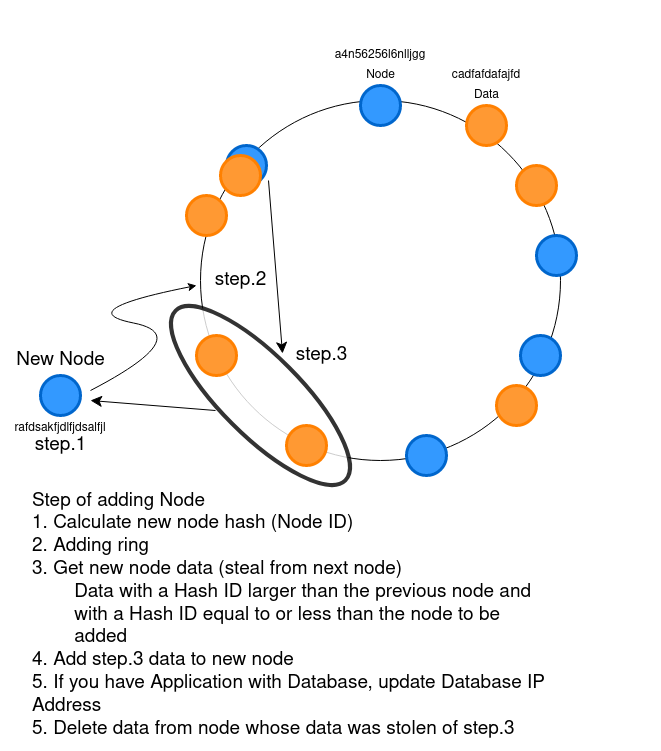
This is images/cons_add.png from tatsuya4649/mysqlshard, a draw.io export, as it was before one commit. Source tidied: cells renumbered, new cells last; positions are measured from the earlier drawing's top-left corner, leaving out a move shared by most shapes. Source of this version:
```xml
<mxGraphModel>
  <root>
    <mxCell id="0" />
    <mxCell id="1" parent="0" />
    <mxCell id="2" style="rounded=0;whiteSpace=wrap;html=1;sketch=0;fontColor=#5AA9E6;fillColor=#FFFFFF;strokeColor=none;" parent="1" vertex="1">
      <mxGeometry width="660" height="750" as="geometry" />
    </mxCell>
    <mxCell id="3" style="ellipse;whiteSpace=wrap;html=1;" parent="1" vertex="1">
      <mxGeometry x="200" y="100" width="360" height="360" as="geometry" />
    </mxCell>
    <mxCell id="4" style="ellipse;whiteSpace=wrap;html=1;strokeWidth=3;strokeColor=#FF8000;fillColor=#FF9933;" parent="1" vertex="1">
      <mxGeometry x="466" y="105" width="40" height="40" as="geometry" />
    </mxCell>
    <mxCell id="5" style="ellipse;whiteSpace=wrap;html=1;strokeWidth=3;strokeColor=#FF8000;fillColor=#FF9933;" parent="1" vertex="1">
      <mxGeometry x="516" y="165" width="40" height="40" as="geometry" />
    </mxCell>
    <mxCell id="6" style="ellipse;whiteSpace=wrap;html=1;strokeWidth=3;strokeColor=#FF8000;fillColor=#FF9933;" parent="1" vertex="1">
      <mxGeometry x="186" y="195" width="40" height="40" as="geometry" />
    </mxCell>
    <mxCell id="7" style="ellipse;whiteSpace=wrap;html=1;fontSize=19;align=left;rotation=45;opacity=80;strokeWidth=4;" parent="1" vertex="1">
      <mxGeometry x="140" y="355" width="240" height="80" as="geometry" />
    </mxCell>
    <mxCell id="8" style="ellipse;whiteSpace=wrap;html=1;strokeWidth=3;strokeColor=#FF8000;fillColor=#FF9933;" parent="1" vertex="1">
      <mxGeometry x="196" y="335" width="40" height="40" as="geometry" />
    </mxCell>
    <mxCell id="9" style="ellipse;whiteSpace=wrap;html=1;strokeWidth=3;strokeColor=#FF8000;fillColor=#FF9933;" parent="1" vertex="1">
      <mxGeometry x="496" y="385" width="40" height="40" as="geometry" />
    </mxCell>
    <mxCell id="10" style="ellipse;whiteSpace=wrap;html=1;strokeWidth=3;strokeColor=#FF8000;fillColor=#FF9933;" parent="1" vertex="1">
      <mxGeometry x="286" y="425" width="40" height="40" as="geometry" />
    </mxCell>
    <mxCell id="11" style="ellipse;whiteSpace=wrap;html=1;strokeWidth=3;fillColor=#3399FF;strokeColor=#0066CC;" parent="1" vertex="1">
      <mxGeometry x="360" y="85" width="40" height="40" as="geometry" />
    </mxCell>
    <mxCell id="12" style="ellipse;whiteSpace=wrap;html=1;strokeWidth=3;fillColor=#3399FF;strokeColor=#0066CC;" parent="1" vertex="1">
      <mxGeometry x="536" y="235" width="40" height="40" as="geometry" />
    </mxCell>
    <mxCell id="13" style="ellipse;whiteSpace=wrap;html=1;strokeWidth=3;fillColor=#3399FF;strokeColor=#0066CC;" parent="1" vertex="1">
      <mxGeometry x="520" y="335" width="40" height="40" as="geometry" />
    </mxCell>
    <mxCell id="14" style="ellipse;whiteSpace=wrap;html=1;strokeWidth=3;fillColor=#3399FF;strokeColor=#0066CC;" parent="1" vertex="1">
      <mxGeometry x="406" y="435" width="40" height="40" as="geometry" />
    </mxCell>
    <mxCell id="15" style="ellipse;whiteSpace=wrap;html=1;strokeWidth=3;fillColor=#3399FF;strokeColor=#0066CC;" parent="1" vertex="1">
      <mxGeometry x="226" y="145" width="40" height="40" as="geometry" />
    </mxCell>
    <mxCell id="16" value="Node" style="text;html=1;align=center;verticalAlign=middle;strokeColor=none;" parent="1" vertex="1">
      <mxGeometry x="360" y="65" width="40" height="20" as="geometry" />
    </mxCell>
    <mxCell id="17" value="Data" style="text;html=1;align=center;verticalAlign=middle;strokeColor=none;" parent="1" vertex="1">
      <mxGeometry x="466" y="85" width="40" height="20" as="geometry" />
    </mxCell>
    <mxCell id="18" value="a4n56256l6nlljgg" style="text;html=1;strokeColor=none;fillColor=none;align=center;verticalAlign=middle;whiteSpace=wrap;rounded=0;" parent="1" vertex="1">
      <mxGeometry x="360" y="45" width="40" height="20" as="geometry" />
    </mxCell>
    <mxCell id="19" value="&lt;div&gt;cadfafdafajfd&lt;/div&gt;" style="text;html=1;strokeColor=none;fillColor=none;align=center;verticalAlign=middle;whiteSpace=wrap;rounded=0;" parent="1" vertex="1">
      <mxGeometry x="466" y="65" width="40" height="20" as="geometry" />
    </mxCell>
    <mxCell id="20" style="ellipse;whiteSpace=wrap;html=1;strokeWidth=3;strokeColor=#FF8000;fillColor=#FF9933;" parent="1" vertex="1">
      <mxGeometry x="220" y="155" width="40" height="40" as="geometry" />
    </mxCell>
    <mxCell id="21" style="ellipse;whiteSpace=wrap;html=1;strokeWidth=3;fillColor=#3399FF;strokeColor=#0066CC;" parent="1" vertex="1">
      <mxGeometry x="40" y="375" width="40" height="40" as="geometry" />
    </mxCell>
    <mxCell id="22" style="curved=1;endArrow=classic;html=1;" parent="1" edge="1">
      <mxGeometry relative="1" as="geometry">
        <mxPoint x="90" y="390" as="sourcePoint" />
        <mxPoint x="196" y="285" as="targetPoint" />
        <Array as="points">
          <mxPoint x="196" y="335" />
          <mxPoint x="70" y="310" />
        </Array>
      </mxGeometry>
    </mxCell>
    <mxCell id="23" value="New Node" style="text;html=1;align=center;verticalAlign=middle;strokeColor=none;fontSize=19;" parent="1" vertex="1">
      <mxGeometry x="10" y="345" width="100" height="30" as="geometry" />
    </mxCell>
    <mxCell id="24" value="&lt;div&gt;Step of adding Node&lt;/div&gt;&lt;div&gt;1. Calculate new node hash (Node ID)&lt;/div&gt;&lt;div&gt;2. Adding ring&lt;/div&gt;&lt;div&gt;3. Get new node data (steal from next node)&lt;/div&gt;&lt;div&gt;&lt;span&gt;&#9;&lt;/span&gt;&lt;span class=&quot;VIiyi&quot; lang=&quot;en&quot;&gt;&lt;span class=&quot;JLqJ4b ChMk0b&quot;&gt;&lt;span&gt;　&lt;span style=&quot;white-space: pre&quot;&gt;&#9;&lt;/span&gt;Data with a Hash ID larger than the &lt;span style=&quot;white-space: pre&quot;&gt;&lt;/span&gt;previous node and &lt;span style=&quot;white-space: pre&quot;&gt;&#9;&lt;/span&gt;with a Hash ID equal &lt;span style=&quot;white-space: pre&quot;&gt;&lt;/span&gt;to or less than the node to be &lt;span style=&quot;white-space: pre&quot;&gt;&#9;&lt;/span&gt;added&lt;/span&gt;&lt;/span&gt;&lt;/span&gt;&lt;/div&gt;&lt;div&gt;&lt;span class=&quot;VIiyi&quot; lang=&quot;en&quot;&gt;&lt;span class=&quot;JLqJ4b ChMk0b&quot;&gt;&lt;span&gt;4. Add step.3 data to new node&lt;/span&gt;&lt;/span&gt;&lt;/span&gt;&lt;/div&gt;&lt;div&gt;&lt;span class=&quot;VIiyi&quot; lang=&quot;en&quot;&gt;&lt;span class=&quot;JLqJ4b ChMk0b&quot;&gt;&lt;span&gt;5. If you have Application with Database, update Database IP Address&lt;br&gt;&lt;/span&gt;&lt;/span&gt;&lt;/span&gt;&lt;/div&gt;&lt;div&gt;&lt;span class=&quot;VIiyi&quot; lang=&quot;en&quot;&gt;&lt;span class=&quot;JLqJ4b ChMk0b&quot;&gt;&lt;span&gt;5. Delete data from node whose data was stolen of step.3 &lt;br&gt;&lt;/span&gt;&lt;/span&gt;&lt;/span&gt;&lt;span class=&quot;zEswK&quot;&gt;&lt;/span&gt;&lt;/div&gt;" style="text;html=1;strokeColor=none;fillColor=none;align=left;verticalAlign=middle;whiteSpace=wrap;rounded=0;fontSize=19;" parent="1" vertex="1">
      <mxGeometry x="30" y="520" width="535.5" height="190" as="geometry" />
    </mxCell>
    <mxCell id="25" value="&lt;div&gt;rafdsakfjdlfjdsalfjl&lt;/div&gt;&lt;div&gt;&lt;br&gt;&lt;/div&gt;" style="text;html=1;strokeColor=none;fillColor=none;align=center;verticalAlign=middle;whiteSpace=wrap;rounded=0;" parent="1" vertex="1">
      <mxGeometry x="40" y="425" width="40" height="20" as="geometry" />
    </mxCell>
    <mxCell id="26" value="step.2" style="text;html=1;align=center;verticalAlign=middle;strokeColor=none;fontSize=19;" parent="1" vertex="1">
      <mxGeometry x="205" y="265" width="70" height="30" as="geometry" />
    </mxCell>
    <mxCell id="27" value="step.1" style="text;html=1;align=center;verticalAlign=middle;strokeColor=none;fontSize=19;" parent="1" vertex="1">
      <mxGeometry x="25" y="430" width="70" height="30" as="geometry" />
    </mxCell>
    <mxCell id="28" value="step.3" style="text;html=1;align=center;verticalAlign=middle;strokeColor=none;fontSize=19;" parent="1" vertex="1">
      <mxGeometry x="286" y="340" width="70" height="30" as="geometry" />
    </mxCell>
    <mxCell id="29" style="endArrow=classic;html=1;fontSize=19;endSize=9;" parent="1" edge="1">
      <mxGeometry relative="1" as="geometry">
        <mxPoint x="215" y="410" as="sourcePoint" />
        <mxPoint x="90" y="400" as="targetPoint" />
      </mxGeometry>
    </mxCell>
    <mxCell id="30" style="endArrow=classic;html=1;fontSize=19;endSize=9;entryX=0.441;entryY=-0.066;entryDx=0;entryDy=0;entryPerimeter=0;" parent="1" edge="1" target="7">
      <mxGeometry relative="1" as="geometry">
        <mxPoint x="268" y="180" as="sourcePoint" />
      </mxGeometry>
    </mxCell>
  </root>
</mxGraphModel>
```
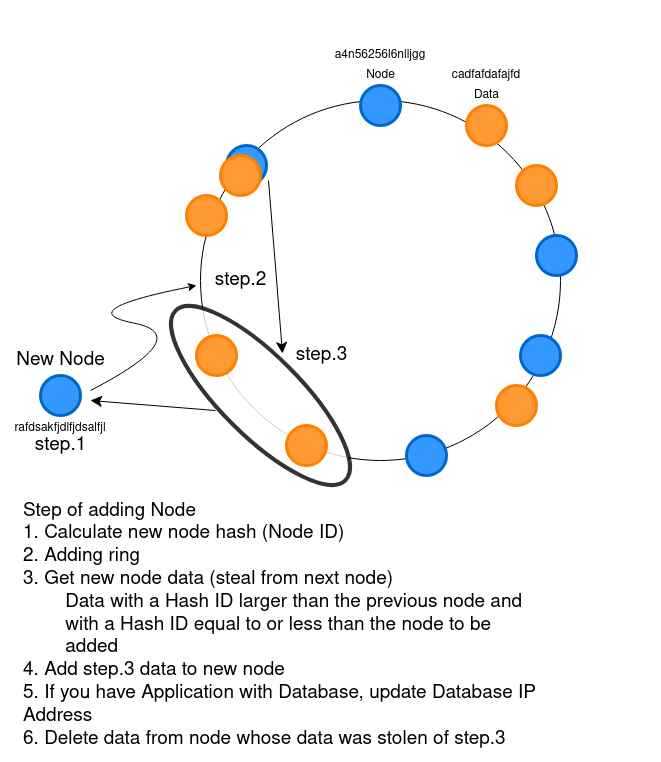
After the change.

Change to the diagram source:
```diff
@@ -3,7 +3,7 @@
     <mxCell id="0" />
     <mxCell id="1" parent="0" />
     <mxCell id="2" style="rounded=0;whiteSpace=wrap;html=1;sketch=0;fontColor=#5AA9E6;fillColor=#FFFFFF;strokeColor=none;" parent="1" vertex="1">
-      <mxGeometry width="660" height="750" as="geometry" />
+      <mxGeometry width="660" height="760" as="geometry" />
     </mxCell>
     <mxCell id="3" style="ellipse;whiteSpace=wrap;html=1;" parent="1" vertex="1">
       <mxGeometry x="200" y="100" width="360" height="360" as="geometry" />
@@ -75,8 +75,8 @@
     <mxCell id="23" value="New Node" style="text;html=1;align=center;verticalAlign=middle;strokeColor=none;fontSize=19;" parent="1" vertex="1">
       <mxGeometry x="10" y="345" width="100" height="30" as="geometry" />
     </mxCell>
-    <mxCell id="24" value="&lt;div&gt;Step of adding Node&lt;/div&gt;&lt;div&gt;1. Calculate new node hash (Node ID)&lt;/div&gt;&lt;div&gt;2. Adding ring&lt;/div&gt;&lt;div&gt;3. Get new node data (steal from next node)&lt;/div&gt;&lt;div&gt;&lt;span&gt;&#9;&lt;/span&gt;&lt;span class=&quot;VIiyi&quot; lang=&quot;en&quot;&gt;&lt;span class=&quot;JLqJ4b ChMk0b&quot;&gt;&lt;span&gt;　&lt;span style=&quot;white-space: pre&quot;&gt;&#9;&lt;/span&gt;Data with a Hash ID larger than the &lt;span style=&quot;white-space: pre&quot;&gt;&lt;/span&gt;previous node and &lt;span style=&quot;white-space: pre&quot;&gt;&#9;&lt;/span&gt;with a Hash ID equal &lt;span style=&quot;white-space: pre&quot;&gt;&lt;/span&gt;to or less than the node to be &lt;span style=&quot;white-space: pre&quot;&gt;&#9;&lt;/span&gt;added&lt;/span&gt;&lt;/span&gt;&lt;/span&gt;&lt;/div&gt;&lt;div&gt;&lt;span class=&quot;VIiyi&quot; lang=&quot;en&quot;&gt;&lt;span class=&quot;JLqJ4b ChMk0b&quot;&gt;&lt;span&gt;4. Add step.3 data to new node&lt;/span&gt;&lt;/span&gt;&lt;/span&gt;&lt;/div&gt;&lt;div&gt;&lt;span class=&quot;VIiyi&quot; lang=&quot;en&quot;&gt;&lt;span class=&quot;JLqJ4b ChMk0b&quot;&gt;&lt;span&gt;5. If you have Application with Database, update Database IP Address&lt;br&gt;&lt;/span&gt;&lt;/span&gt;&lt;/span&gt;&lt;/div&gt;&lt;div&gt;&lt;span class=&quot;VIiyi&quot; lang=&quot;en&quot;&gt;&lt;span class=&quot;JLqJ4b ChMk0b&quot;&gt;&lt;span&gt;5. Delete data from node whose data was stolen of step.3 &lt;br&gt;&lt;/span&gt;&lt;/span&gt;&lt;/span&gt;&lt;span class=&quot;zEswK&quot;&gt;&lt;/span&gt;&lt;/div&gt;" style="text;html=1;strokeColor=none;fillColor=none;align=left;verticalAlign=middle;whiteSpace=wrap;rounded=0;fontSize=19;" parent="1" vertex="1">
-      <mxGeometry x="30" y="520" width="535.5" height="190" as="geometry" />
+    <mxCell id="24" value="&lt;div&gt;Step of adding Node&lt;/div&gt;&lt;div&gt;1. Calculate new node hash (Node ID)&lt;/div&gt;&lt;div&gt;2. Adding ring&lt;/div&gt;&lt;div&gt;3. Get new node data (steal from next node)&lt;/div&gt;&lt;div&gt;&lt;span&gt;&#9;&lt;/span&gt;&lt;span class=&quot;VIiyi&quot; lang=&quot;en&quot;&gt;&lt;span class=&quot;JLqJ4b ChMk0b&quot;&gt;&lt;span&gt;　&lt;span style=&quot;white-space: pre&quot;&gt;&#9;&lt;/span&gt;Data with a Hash ID larger than the &lt;span style=&quot;white-space: pre&quot;&gt;&lt;/span&gt;previous node and &lt;span style=&quot;white-space: pre&quot;&gt;&#9;&lt;/span&gt;with a Hash ID equal &lt;span style=&quot;white-space: pre&quot;&gt;&lt;/span&gt;to or less than the node to be &lt;span style=&quot;white-space: pre&quot;&gt;&#9;&lt;/span&gt;added&lt;/span&gt;&lt;/span&gt;&lt;/span&gt;&lt;/div&gt;&lt;div&gt;&lt;span class=&quot;VIiyi&quot; lang=&quot;en&quot;&gt;&lt;span class=&quot;JLqJ4b ChMk0b&quot;&gt;&lt;span&gt;4. Add step.3 data to new node&lt;/span&gt;&lt;/span&gt;&lt;/span&gt;&lt;/div&gt;&lt;div&gt;&lt;span class=&quot;VIiyi&quot; lang=&quot;en&quot;&gt;&lt;span class=&quot;JLqJ4b ChMk0b&quot;&gt;&lt;span&gt;5. If you have Application with Database, update Database IP Address&lt;br&gt;&lt;/span&gt;&lt;/span&gt;&lt;/span&gt;&lt;/div&gt;&lt;div&gt;&lt;span class=&quot;VIiyi&quot; lang=&quot;en&quot;&gt;&lt;span class=&quot;JLqJ4b ChMk0b&quot;&gt;&lt;span&gt;6. Delete data from node whose data was stolen of step.3 &lt;br&gt;&lt;/span&gt;&lt;/span&gt;&lt;/span&gt;&lt;span class=&quot;zEswK&quot;&gt;&lt;/span&gt;&lt;/div&gt;" style="text;html=1;strokeColor=none;fillColor=none;align=left;verticalAlign=middle;whiteSpace=wrap;rounded=0;fontSize=19;" parent="1" vertex="1">
+      <mxGeometry x="20.5" y="490" width="535.5" height="270" as="geometry" />
     </mxCell>
     <mxCell id="25" value="&lt;div&gt;rafdsakfjdlfjdsalfjl&lt;/div&gt;&lt;div&gt;&lt;br&gt;&lt;/div&gt;" style="text;html=1;strokeColor=none;fillColor=none;align=center;verticalAlign=middle;whiteSpace=wrap;rounded=0;" parent="1" vertex="1">
       <mxGeometry x="40" y="425" width="40" height="20" as="geometry" />
```
